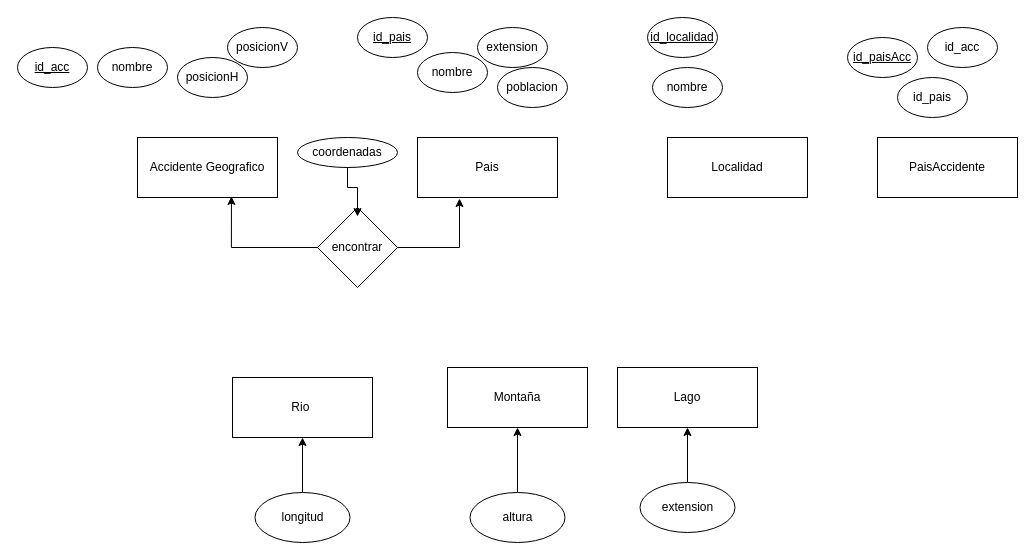
Above: ej11.drawio in adriii28/amr-tsys-C3U12-11102023 (draw.io), before the change. Source tidied: cells renumbered, new cells numbered last; positions are measured from the earlier drawing's top-left corner, leaving out a move shared by most shapes. Both pictures are drawn from the tidied source at 100%, with x=0, y=0 at pixel (17, 17).
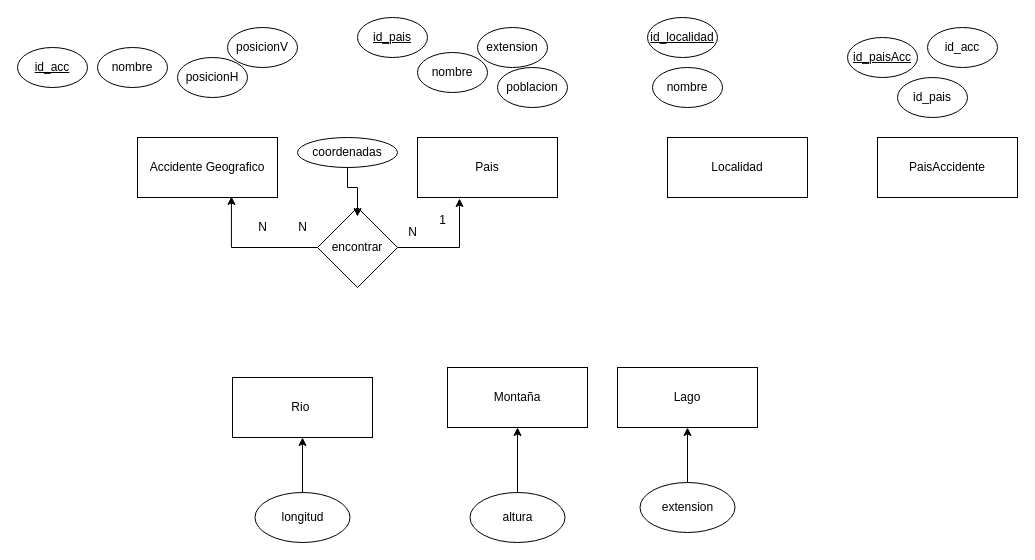
Above is the later version.

Diff of the diagram source:
```diff
@@
+    <mxCell id="33" value="N" style="text;html=1;align=center;verticalAlign=middle;strokeColor=none;fillColor=none;" parent="1" vertex="1">
+      <mxGeometry x="380" y="200" width="30" height="30" as="geometry" />
+    </mxCell>
+    <mxCell id="34" value="&lt;div&gt;1&lt;/div&gt;&lt;div&gt;&lt;br&gt;&lt;/div&gt;" style="text;html=1;align=center;verticalAlign=middle;strokeColor=none;fillColor=none;" parent="1" vertex="1">
+      <mxGeometry x="410" y="190" width="30" height="40" as="geometry" />
+    </mxCell>
+    <mxCell id="35" value="N" style="text;html=1;align=center;verticalAlign=middle;strokeColor=none;fillColor=none;" parent="1" vertex="1">
+      <mxGeometry x="270" y="195" width="30" height="30" as="geometry" />
+    </mxCell>
+    <mxCell id="36" value="N" style="text;html=1;align=center;verticalAlign=middle;strokeColor=none;fillColor=none;" parent="1" vertex="1">
+      <mxGeometry x="230" y="195" width="30" height="30" as="geometry" />
+    </mxCell>
```
